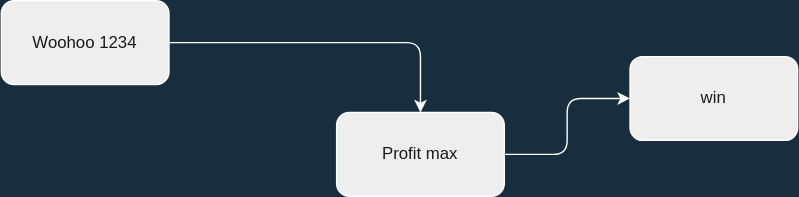
Before: notion/Untitled Diagram.drawio.svg, a diagram exported from draw.io (NikoHadouken/diagrams). Source tidied: cells renumbered, new cells last; positions are measured from the earlier drawing's top-left corner, leaving out a move shared by most shapes.
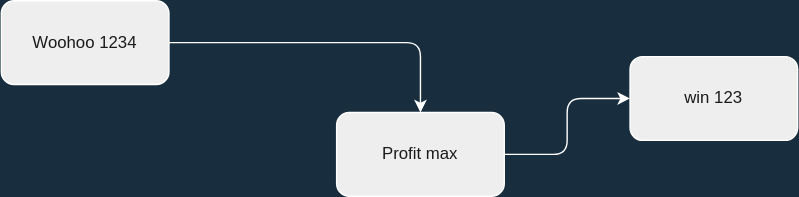
The same diagram one commit later.

What changed in the source:
```diff
@@ -14,7 +14,7 @@
     <mxCell id="5" value="Profit max" style="rounded=1;whiteSpace=wrap;html=1;fillColor=#EEEEEE;strokeColor=#FFFFFF;fontColor=#1A1A1A;" parent="1" vertex="1">
       <mxGeometry x="240" y="80" width="120" height="60" as="geometry" />
     </mxCell>
-    <mxCell id="6" value="win" style="rounded=1;whiteSpace=wrap;html=1;fillColor=#EEEEEE;strokeColor=#FFFFFF;fontColor=#1A1A1A;" parent="1" vertex="1">
+    <mxCell id="6" value="win 123" style="rounded=1;whiteSpace=wrap;html=1;fillColor=#EEEEEE;strokeColor=#FFFFFF;fontColor=#1A1A1A;" parent="1" vertex="1">
       <mxGeometry x="450" y="40" width="120" height="60" as="geometry" />
     </mxCell>
   </root>
```
